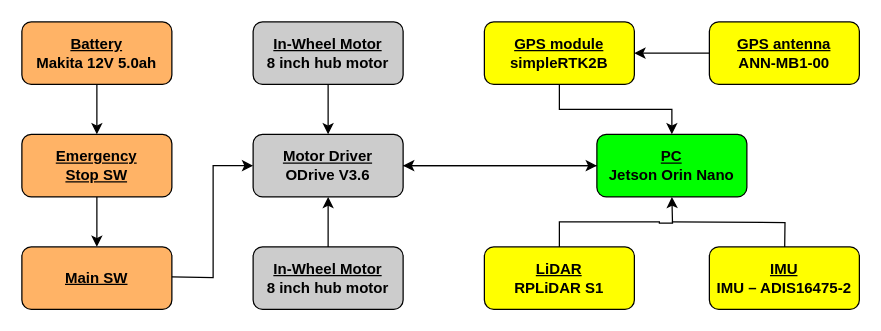
Arcanain/system_architecture keeps this draw.io diagram as Hardware.drawio. Above is the earlier version. Source tidied: cells renumbered, new cells numbered last; positions are measured from the earlier drawing's top-left corner, leaving out a move shared by most shapes. Both pictures are drawn from the tidied source at 125%, with x=0, y=0 at pixel (21, 21).
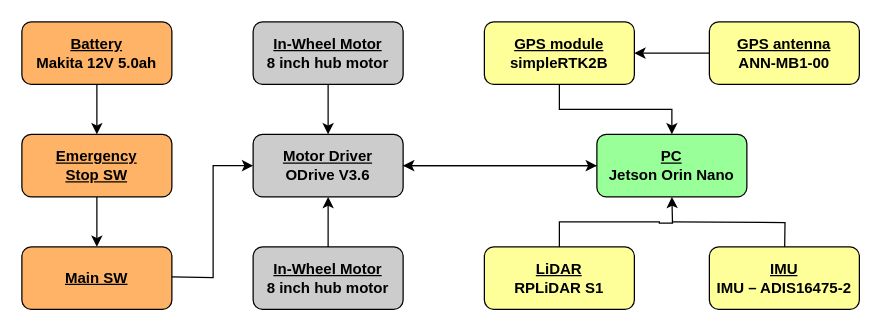
The same diagram, later.

Diff of the diagram source:
```diff
@@
-    <mxCell id="14" value="&lt;u&gt;GPS module&lt;/u&gt;&lt;br&gt;simpleRTK2B" style="rounded=1;whiteSpace=wrap;html=1;fontStyle=1;fillColor=#FFFF00;" parent="1" vertex="1">
+    <mxCell id="14" value="&lt;u&gt;GPS module&lt;/u&gt;&lt;br&gt;simpleRTK2B" style="rounded=1;whiteSpace=wrap;html=1;fontStyle=1;fillColor=#FFFF99;" parent="1" vertex="1">
       <mxGeometry x="370" width="120" height="50" as="geometry" />
     </mxCell>
@@
-    <mxCell id="16" value="&lt;u&gt;GPS antenna&lt;/u&gt;&lt;br&gt;ANN-MB1-00" style="rounded=1;whiteSpace=wrap;html=1;fontStyle=1;fillColor=#FFFF00;" parent="1" vertex="1">
+    <mxCell id="16" value="&lt;u&gt;GPS antenna&lt;/u&gt;&lt;br&gt;ANN-MB1-00" style="rounded=1;whiteSpace=wrap;html=1;fontStyle=1;fillColor=#FFFF99;" parent="1" vertex="1">
       <mxGeometry x="550" width="120" height="50" as="geometry" />
     </mxCell>
-    <mxCell id="17" value="&lt;u&gt;LiDAR&lt;/u&gt;&lt;br&gt;RPLiDAR S1" style="rounded=1;whiteSpace=wrap;html=1;fontStyle=1;fillColor=#FFFF00;" parent="1" vertex="1">
+    <mxCell id="17" value="&lt;u&gt;LiDAR&lt;/u&gt;&lt;br&gt;RPLiDAR S1" style="rounded=1;whiteSpace=wrap;html=1;fontStyle=1;fillColor=#FFFF99;" parent="1" vertex="1">
       <mxGeometry x="370" y="180" width="120" height="50" as="geometry" />
     </mxCell>
@@
-    <mxCell id="19" value="&lt;u&gt;PC&lt;/u&gt;&lt;br&gt;Jetson Orin Nano" style="rounded=1;whiteSpace=wrap;html=1;fontStyle=1;fillColor=#00FF00;" parent="1" vertex="1">
+    <mxCell id="19" value="&lt;u&gt;PC&lt;/u&gt;&lt;br&gt;Jetson Orin Nano" style="rounded=1;whiteSpace=wrap;html=1;fontStyle=1;fillColor=#99FF99;" parent="1" vertex="1">
       <mxGeometry x="460" y="90" width="120" height="50" as="geometry" />
     </mxCell>
@@
-    <mxCell id="22" value="&lt;u&gt;IMU&lt;/u&gt;&lt;br&gt;IMU – ADIS16475-2" style="rounded=1;whiteSpace=wrap;html=1;fontStyle=1;fillColor=#FFFF00;" parent="1" vertex="1">
+    <mxCell id="22" value="&lt;u&gt;IMU&lt;/u&gt;&lt;br&gt;IMU – ADIS16475-2" style="rounded=1;whiteSpace=wrap;html=1;fontStyle=1;fillColor=#FFFF99;" parent="1" vertex="1">
       <mxGeometry x="550" y="180" width="120" height="50" as="geometry" />
     </mxCell>
```
